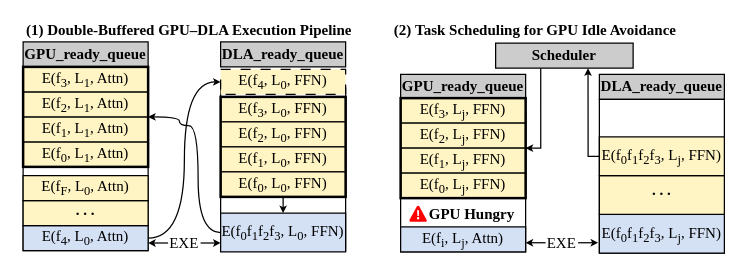
The draw.io diagram figures/design_pipeline.drawio in icszhr/hermes, before the edit. Source tidied: cells renumbered, new cells numbered last; positions are measured from the earlier drawing's top-left corner, leaving out a move shared by most shapes. Both pictures are drawn from the tidied source at 125%, with x=0, y=0 at pixel (22, 21).
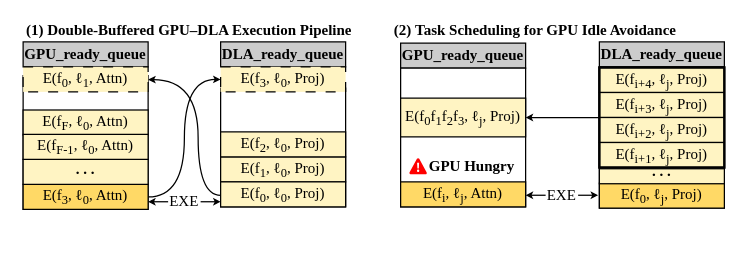
Above is the later version.

Change to the diagram source:
```diff
@@
     <mxCell id="3" style="rounded=0;whiteSpace=wrap;html=1;fontFamily=Times New Roman;" parent="1" vertex="1">
-      <mxGeometry y="43" width="100" height="140" as="geometry" />
+      <mxGeometry y="43" width="100" height="107" as="geometry" />
     </mxCell>
@@
     <mxCell id="5" style="rounded=0;whiteSpace=wrap;html=1;fontFamily=Times New Roman;" parent="1" vertex="1">
-      <mxGeometry x="158" y="53" width="100" height="130" as="geometry" />
+      <mxGeometry x="158" y="53" width="100" height="95" as="geometry" />
     </mxCell>
@@
-    <mxCell id="7" value="E(f&lt;sub&gt;4&lt;/sub&gt;, L&lt;sub&gt;0&lt;/sub&gt;, Attn)" style="rounded=0;whiteSpace=wrap;html=1;fontFamily=Times New Roman;fillColor=#D4E1F5;" parent="1" vertex="1">
-      <mxGeometry y="163" width="100" height="20" as="geometry" />
+    <mxCell id="7" value="E(f&lt;sub&gt;3&lt;/sub&gt;, ℓ&lt;sub&gt;0&lt;/sub&gt;, Attn)" style="rounded=0;whiteSpace=wrap;html=1;fontFamily=Times New Roman;fillColor=#FFD966;" parent="1" vertex="1">
+      <mxGeometry y="130" width="100" height="20" as="geometry" />
     </mxCell>
     <mxCell id="8" value="&lt;b style=&quot;line-height: 0%;&quot;&gt;. . .&lt;/b&gt;" style="rounded=0;whiteSpace=wrap;html=1;spacingTop=-4;fontFamily=Times New Roman;fillColor=#FFF4C3;" parent="1" vertex="1">
-      <mxGeometry y="143" width="100" height="20" as="geometry" />
+      <mxGeometry y="110" width="100" height="20" as="geometry" />
     </mxCell>
-    <mxCell id="9" value="E(f&lt;sub&gt;F&lt;/sub&gt;, L&lt;sub&gt;0&lt;/sub&gt;, Attn)" style="rounded=0;whiteSpace=wrap;html=1;fontFamily=Times New Roman;fillColor=#FFF4C3;" parent="1" vertex="1">
-      <mxGeometry y="123" width="100" height="20" as="geometry" />
+    <mxCell id="9" value="E(f&lt;sub&gt;F&lt;/sub&gt;, ℓ&lt;sub&gt;0&lt;/sub&gt;, Attn)" style="rounded=0;whiteSpace=wrap;html=1;fontFamily=Times New Roman;fillColor=#FFF4C3;" parent="1" vertex="1">
+      <mxGeometry y="70.5" width="100" height="20" as="geometry" />
     </mxCell>
-    <mxCell id="10" value="&lt;b&gt;Scheduler&lt;/b&gt;" style="rounded=0;whiteSpace=wrap;html=1;fontFamily=Times New Roman;fillColor=#CCCCCC;" parent="1" vertex="1">
-      <mxGeometry x="378" y="17" width="110" height="20" as="geometry" />
-    </mxCell>
-    <mxCell id="11" value="E(f&lt;sub&gt;3&lt;/sub&gt;, L&lt;sub&gt;0&lt;/sub&gt;, FFN)" style="rounded=0;whiteSpace=wrap;html=1;fontFamily=Times New Roman;fillColor=#FFF4C3;" parent="1" vertex="1">
-      <mxGeometry x="158" y="60" width="100" height="20" as="geometry" />
-    </mxCell>
-    <mxCell id="12" value="E(f&lt;sub&gt;2&lt;/sub&gt;, L&lt;sub&gt;0&lt;/sub&gt;, FFN)" style="rounded=0;whiteSpace=wrap;html=1;fontFamily=Times New Roman;fillColor=#FFF4C3;" parent="1" vertex="1">
-      <mxGeometry x="158" y="80" width="100" height="20" as="geometry" />
-    </mxCell>
-    <mxCell id="13" value="E(f&lt;sub&gt;1&lt;/sub&gt;, L&lt;sub&gt;0&lt;/sub&gt;, FFN)" style="rounded=0;whiteSpace=wrap;html=1;fontFamily=Times New Roman;fillColor=#FFF4C3;" parent="1" vertex="1">
-      <mxGeometry x="158" y="100" width="100" height="20" as="geometry" />
+    <mxCell id="13" value="E(f&lt;sub&gt;1&lt;/sub&gt;, ℓ&lt;sub&gt;0&lt;/sub&gt;, Proj)" style="rounded=0;whiteSpace=wrap;html=1;fontFamily=Times New Roman;fillColor=#FFF4C3;" parent="1" vertex="1">
+      <mxGeometry x="158" y="108" width="100" height="20" as="geometry" />
     </mxCell>
-    <mxCell id="14" value="E(f&lt;sub&gt;0&lt;/sub&gt;, L&lt;sub&gt;1&lt;/sub&gt;, Attn)" style="rounded=0;whiteSpace=wrap;html=1;fontFamily=Times New Roman;fillColor=#FFF4C3;" parent="1" vertex="1">
-      <mxGeometry y="96" width="100" height="20" as="geometry" />
-    </mxCell>
-    <mxCell id="15" value="E(f&lt;sub&gt;1&lt;/sub&gt;, L&lt;sub&gt;1&lt;/sub&gt;, Attn)" style="rounded=0;whiteSpace=wrap;html=1;fontFamily=Times New Roman;fillColor=#FFF4C3;" parent="1" vertex="1">
-      <mxGeometry y="76" width="100" height="20" as="geometry" />
-    </mxCell>
-    <mxCell id="16" value="E(f&lt;sub&gt;2&lt;/sub&gt;, L&lt;sub&gt;1&lt;/sub&gt;, Attn)" style="rounded=0;whiteSpace=wrap;html=1;fontFamily=Times New Roman;fillColor=#FFF4C3;" parent="1" vertex="1">
-      <mxGeometry y="56" width="100" height="20" as="geometry" />
-    </mxCell>
     <mxCell id="17" value="&lt;font face=&quot;Times New Roman&quot;&gt;EXE&lt;/font&gt;" style="text;html=1;whiteSpace=wrap;strokeColor=none;fillColor=none;align=center;verticalAlign=middle;rounded=0;" parent="1" vertex="1">
-      <mxGeometry x="99" y="175" width="60" height="4" as="geometry" />
+      <mxGeometry x="99" y="142" width="60" height="4" as="geometry" />
     </mxCell>
     <mxCell id="18" style="endArrow=classic;html=1;rounded=0;endSize=3;" parent="1" edge="1">
       <mxGeometry relative="1" as="geometry">
-        <mxPoint x="116" y="176.9" as="sourcePoint" />
-        <mxPoint x="100" y="176.9" as="targetPoint" />
+        <mxPoint x="116" y="143.9" as="sourcePoint" />
+        <mxPoint x="100" y="143.9" as="targetPoint" />
       </mxGeometry>
     </mxCell>
     <mxCell id="19" style="endArrow=none;html=1;rounded=0;endSize=3;endFill=0;startArrow=classic;startFill=1;startSize=3;" parent="1" edge="1">
       <mxGeometry relative="1" as="geometry">
-        <mxPoint x="158" y="176.9" as="sourcePoint" />
-        <mxPoint x="142" y="176.9" as="targetPoint" />
+        <mxPoint x="158" y="143.9" as="sourcePoint" />
+        <mxPoint x="142" y="143.9" as="targetPoint" />
       </mxGeometry>
     </mxCell>
-    <mxCell id="20" style="edgeStyle=orthogonalEdgeStyle;rounded=0;jettySize=auto;html=1;exitX=0;exitY=0.5;exitDx=0;exitDy=0;entryX=1;entryY=1;entryDx=0;entryDy=0;curved=1;endSize=3;" parent="1" edge="1" source="21" target="16">
+    <mxCell id="20" style="edgeStyle=orthogonalEdgeStyle;rounded=0;orthogonalLoop=1;jettySize=auto;html=1;exitX=0;exitY=0.5;exitDx=0;exitDy=0;entryX=1;entryY=1;entryDx=0;entryDy=0;curved=1;endSize=3;" parent="1" edge="1">
       <mxGeometry relative="1" as="geometry">
+        <mxPoint x="158" y="138.7" as="sourcePoint" />
+        <mxPoint x="100" y="46.2" as="targetPoint" />
         <Array as="points">
-          <mxPoint x="140" y="169" />
-          <mxPoint x="140" y="83" />
-          <mxPoint x="125" y="83" />
-          <mxPoint x="125" y="76" />
+          <mxPoint x="140" y="139" />
+          <mxPoint x="140" y="46" />
         </Array>
       </mxGeometry>
     </mxCell>
-    <mxCell id="21" value="E(f&lt;sub&gt;0&lt;/sub&gt;f&lt;sub&gt;1&lt;/sub&gt;f&lt;sub&gt;2&lt;/sub&gt;f&lt;sub&gt;3&lt;/sub&gt;, L&lt;sub&gt;0&lt;/sub&gt;, FFN)" style="rounded=0;whiteSpace=wrap;html=1;fontFamily=Times New Roman;fillColor=#D4E1F5;" parent="1" vertex="1">
-      <mxGeometry x="158" y="153" width="100" height="31" as="geometry" />
-    </mxCell>
-    <mxCell id="22" value="E(f&lt;sub&gt;0&lt;/sub&gt;, L&lt;sub&gt;0&lt;/sub&gt;, FFN)" style="rounded=0;whiteSpace=wrap;html=1;fontFamily=Times New Roman;fillColor=#FFF4C3;" parent="1" vertex="1">
-      <mxGeometry x="158" y="120" width="100" height="20" as="geometry" />
+    <mxCell id="22" value="E(f&lt;sub&gt;0&lt;/sub&gt;, ℓ&lt;sub&gt;0&lt;/sub&gt;, Proj)" style="rounded=0;whiteSpace=wrap;html=1;fontFamily=Times New Roman;fillColor=#FFF4C3;" parent="1" vertex="1">
+      <mxGeometry x="158" y="128" width="100" height="20" as="geometry" />
     </mxCell>
-    <mxCell id="23" style="edgeStyle=orthogonalEdgeStyle;rounded=0;jettySize=auto;html=1;exitX=0.5;exitY=1;exitDx=0;exitDy=0;entryX=0.5;entryY=0;entryDx=0;entryDy=0;endSize=3;" parent="1" edge="1" source="24" target="21">
-      <mxGeometry relative="1" as="geometry" />
-    </mxCell>
-    <mxCell id="24" style="rounded=0;whiteSpace=wrap;html=1;strokeWidth=2;fillColor=none;" parent="1" vertex="1">
-      <mxGeometry x="158" y="60" width="100" height="80" as="geometry" />
-    </mxCell>
-    <mxCell id="25" value="E(f&lt;sub&gt;3&lt;/sub&gt;, L&lt;sub&gt;1&lt;/sub&gt;, Attn)" style="rounded=0;whiteSpace=wrap;html=1;fontFamily=Times New Roman;fillColor=#FFF4C3;" parent="1" vertex="1">
+    <mxCell id="25" value="E(f&lt;sub&gt;0&lt;/sub&gt;, ℓ&lt;sub&gt;1&lt;/sub&gt;, Attn)" style="rounded=0;whiteSpace=wrap;html=1;fontFamily=Times New Roman;fillColor=#FFF4C3;dashed=1;dashPattern=8 8;" parent="1" vertex="1">
       <mxGeometry y="36" width="100" height="20" as="geometry" />
     </mxCell>
-    <mxCell id="26" value="E(f&lt;sub&gt;4&lt;/sub&gt;, L&lt;sub&gt;0&lt;/sub&gt;, FFN)" style="rounded=0;whiteSpace=wrap;html=1;fontFamily=Times New Roman;dashed=1;dashPattern=8 8;fillColor=#FFF4C3;" parent="1" vertex="1">
-      <mxGeometry x="158" y="38" width="100" height="20" as="geometry" />
+    <mxCell id="26" value="E(f&lt;sub&gt;3&lt;/sub&gt;, ℓ&lt;sub&gt;0&lt;/sub&gt;, Proj)" style="rounded=0;whiteSpace=wrap;html=1;fontFamily=Times New Roman;dashed=1;dashPattern=8 8;fillColor=#FFF4C3;" parent="1" vertex="1">
+      <mxGeometry x="158" y="36" width="100" height="20" as="geometry" />
     </mxCell>
     <mxCell id="27" value="&lt;b&gt;GPU_ready_queue&lt;/b&gt;" style="rounded=0;whiteSpace=wrap;html=1;fontFamily=Times New Roman;fillColor=#CCCCCC;" parent="1" vertex="1">
-      <mxGeometry x="302" y="42" width="100" height="20" as="geometry" />
+      <mxGeometry x="302" y="17" width="100" height="20" as="geometry" />
     </mxCell>
     <mxCell id="28" value="&lt;b&gt;DLA_ready_queue&lt;/b&gt;" style="rounded=0;whiteSpace=wrap;html=1;fontFamily=Times New Roman;fillColor=#CCCCCC;" parent="1" vertex="1">
-      <mxGeometry x="461" y="42" width="100" height="20" as="geometry" />
+      <mxGeometry x="461" y="16" width="100" height="20" as="geometry" />
     </mxCell>
     <mxCell id="29" style="rounded=0;whiteSpace=wrap;html=1;fontFamily=Times New Roman;" parent="1" vertex="1">
-      <mxGeometry x="302" y="73" width="100" height="111" as="geometry" />
+      <mxGeometry x="302" y="37" width="100" height="111" as="geometry" />
     </mxCell>
     <mxCell id="30" style="rounded=0;whiteSpace=wrap;html=1;fontFamily=Times New Roman;" parent="1" vertex="1">
-      <mxGeometry x="461" y="62" width="100" height="123" as="geometry" />
+      <mxGeometry x="461" y="36" width="100" height="113" as="geometry" />
     </mxCell>
-    <mxCell id="31" style="rounded=0;whiteSpace=wrap;html=1;strokeWidth=2;fillColor=none;" parent="1" vertex="1">
-      <mxGeometry y="36" width="100" height="80" as="geometry" />
-    </mxCell>
-    <mxCell id="32" value="E(f&lt;sub&gt;i&lt;/sub&gt;, L&lt;sub&gt;j&lt;/sub&gt;, Attn)" style="rounded=0;whiteSpace=wrap;html=1;fontFamily=Times New Roman;fillColor=#D4E1F5;" parent="1" vertex="1">
-      <mxGeometry x="302" y="164" width="100" height="20" as="geometry" />
+    <mxCell id="32" value="E(f&lt;sub&gt;i&lt;/sub&gt;, ℓ&lt;sub&gt;j&lt;/sub&gt;, Attn)" style="rounded=0;whiteSpace=wrap;html=1;fontFamily=Times New Roman;fillColor=#FFD966;" parent="1" vertex="1">
+      <mxGeometry x="302" y="128" width="100" height="20" as="geometry" />
     </mxCell>
-    <mxCell id="33" value="E(f&lt;sub&gt;0&lt;/sub&gt;f&lt;sub&gt;1&lt;/sub&gt;f&lt;sub&gt;2&lt;/sub&gt;f&lt;sub&gt;3&lt;/sub&gt;, L&lt;sub&gt;j&lt;/sub&gt;, FFN)" style="rounded=0;whiteSpace=wrap;html=1;fontFamily=Times New Roman;fillColor=#D4E1F5;" parent="1" vertex="1">
-      <mxGeometry x="461" y="154" width="100" height="31" as="geometry" />
+    <mxCell id="33" value="E(f&lt;sub&gt;0&lt;/sub&gt;, ℓ&lt;sub&gt;j&lt;/sub&gt;, Proj)" style="rounded=0;whiteSpace=wrap;html=1;fontFamily=Times New Roman;fillColor=#FFD966;" parent="1" vertex="1">
+      <mxGeometry x="461" y="129" width="100" height="20" as="geometry" />
     </mxCell>
     <mxCell id="34" value="&lt;font face=&quot;Times New Roman&quot;&gt;EXE&lt;/font&gt;" style="text;html=1;whiteSpace=wrap;strokeColor=none;fillColor=none;align=center;verticalAlign=middle;rounded=0;" parent="1" vertex="1">
-      <mxGeometry x="401" y="174.8" width="60" height="4" as="geometry" />
+      <mxGeometry x="401" y="136.8" width="60" height="4" as="geometry" />
     </mxCell>
     <mxCell id="35" style="endArrow=classic;html=1;rounded=0;endSize=3;" parent="1" edge="1">
       <mxGeometry relative="1" as="geometry">
-        <mxPoint x="418" y="176.7" as="sourcePoint" />
-        <mxPoint x="402" y="176.7" as="targetPoint" />
+        <mxPoint x="418" y="138.7" as="sourcePoint" />
+        <mxPoint x="402" y="138.7" as="targetPoint" />
       </mxGeometry>
     </mxCell>
     <mxCell id="36" style="endArrow=none;html=1;rounded=0;endSize=3;endFill=0;startArrow=classic;startFill=1;startSize=3;" parent="1" edge="1">
       <mxGeometry relative="1" as="geometry">
-        <mxPoint x="460" y="176.7" as="sourcePoint" />
-        <mxPoint x="444" y="176.7" as="targetPoint" />
+        <mxPoint x="460" y="138.7" as="sourcePoint" />
+        <mxPoint x="444" y="138.7" as="targetPoint" />
       </mxGeometry>
     </mxCell>
     <mxCell id="37" value="&lt;b style=&quot;line-height: 0px;&quot;&gt;. . .&lt;/b&gt;" style="rounded=0;whiteSpace=wrap;html=1;fontFamily=Times New Roman;fillColor=#FFF4C3;spacingTop=-7;" parent="1" vertex="1">
-      <mxGeometry x="461" y="123" width="100" height="31" as="geometry" />
+      <mxGeometry x="461" y="117.5" width="100" height="12" as="geometry" />
     </mxCell>
-    <mxCell id="38" value="E(f&lt;sub&gt;0&lt;/sub&gt;f&lt;sub&gt;1&lt;/sub&gt;f&lt;sub&gt;2&lt;/sub&gt;f&lt;sub&gt;3&lt;/sub&gt;, L&lt;sub&gt;j&lt;/sub&gt;, FFN)" style="rounded=0;whiteSpace=wrap;html=1;fontFamily=Times New Roman;fillColor=#FFF4C3;" parent="1" vertex="1">
-      <mxGeometry x="461" y="92" width="100" height="31" as="geometry" />
-    </mxCell>
-    <mxCell id="39" style="edgeStyle=orthogonalEdgeStyle;rounded=0;jettySize=auto;html=1;exitX=0;exitY=0.5;exitDx=0;exitDy=0;endSize=3;entryX=0.672;entryY=1.005;entryDx=0;entryDy=0;entryPerimeter=0;" parent="1" edge="1" source="38" target="10">
-      <mxGeometry relative="1" as="geometry">
-        <Array as="points">
-          <mxPoint x="452" y="107" />
-          <mxPoint x="452" y="106" />
-          <mxPoint x="452" y="106" />
-        </Array>
-      </mxGeometry>
-    </mxCell>
-    <mxCell id="40" value="E(f&lt;sub&gt;3&lt;/sub&gt;, L&lt;sub&gt;j&lt;/sub&gt;, FFN)" style="rounded=0;whiteSpace=wrap;html=1;fontFamily=Times New Roman;fillColor=#FFF4C3;" parent="1" vertex="1">
-      <mxGeometry x="302" y="61" width="100" height="20" as="geometry" />
-    </mxCell>
-    <mxCell id="41" value="E(f&lt;sub&gt;2&lt;/sub&gt;, L&lt;sub&gt;j&lt;/sub&gt;, FFN)" style="rounded=0;whiteSpace=wrap;html=1;fontFamily=Times New Roman;fillColor=#FFF4C3;" parent="1" vertex="1">
-      <mxGeometry x="302" y="81" width="100" height="20" as="geometry" />
-    </mxCell>
-    <mxCell id="42" value="E(f&lt;sub&gt;1&lt;/sub&gt;, L&lt;sub&gt;j&lt;/sub&gt;, FFN)" style="rounded=0;whiteSpace=wrap;html=1;fontFamily=Times New Roman;fillColor=#FFF4C3;" parent="1" vertex="1">
-      <mxGeometry x="302" y="101" width="100" height="20" as="geometry" />
-    </mxCell>
-    <mxCell id="43" value="E(f&lt;sub&gt;0&lt;/sub&gt;, L&lt;sub&gt;j&lt;/sub&gt;, FFN)" style="rounded=0;whiteSpace=wrap;html=1;fontFamily=Times New Roman;fillColor=#FFF4C3;" parent="1" vertex="1">
-      <mxGeometry x="302" y="121" width="100" height="20" as="geometry" />
-    </mxCell>
-    <mxCell id="44" style="rounded=0;whiteSpace=wrap;html=1;strokeWidth=2;fillColor=none;" parent="1" vertex="1">
-      <mxGeometry x="302" y="61" width="100" height="80" as="geometry" />
-    </mxCell>
     <mxCell id="45" value="&lt;b style=&quot;forced-color-adjust: none; color: rgb(0, 0, 0); font-family: &amp;quot;Times New Roman&amp;quot;; font-size: 12px; font-style: normal; font-variant-ligatures: normal; font-variant-caps: normal; letter-spacing: normal; orphans: 2; text-align: center; text-indent: 0px; text-transform: none; widows: 2; word-spacing: 0px; -webkit-text-stroke-width: 0px; white-space: normal; text-decoration-thickness: initial; text-decoration-style: initial; text-decoration-color: initial;&quot;&gt;GPU Hungry&lt;/b&gt;" style="text;whiteSpace=wrap;html=1;labelBackgroundColor=none;" parent="1" vertex="1">
-      <mxGeometry x="323" y="140" width="80" height="20" as="geometry" />
+      <mxGeometry x="323" y="102" width="80" height="20" as="geometry" />
     </mxCell>
     <mxCell id="46" style="verticalLabelPosition=bottom;html=1;verticalAlign=top;align=center;strokeColor=none;fillColor=#FF0000;shape=mxgraph.azure.azure_alert;" parent="1" vertex="1">
-      <mxGeometry x="309" y="147" width="14" height="13" as="geometry" />
+      <mxGeometry x="309" y="109" width="14" height="13" as="geometry" />
     </mxCell>
-    <mxCell id="47" style="edgeStyle=orthogonalEdgeStyle;rounded=0;jettySize=auto;html=1;exitX=1;exitY=0.5;exitDx=0;exitDy=0;entryX=0.328;entryY=1.011;entryDx=0;entryDy=0;entryPerimeter=0;startArrow=classic;startFill=1;endArrow=none;endFill=0;startSize=3;" parent="1" edge="1" source="44" target="10">
-      <mxGeometry relative="1" as="geometry">
-        <Array as="points">
-          <mxPoint x="414" y="101" />
-        </Array>
-      </mxGeometry>
-    </mxCell>
@@
+    <mxCell id="50" value="E(f&lt;sub&gt;i+4&lt;/sub&gt;, ℓ&lt;sub&gt;j&lt;/sub&gt;, Proj)" style="rounded=0;whiteSpace=wrap;html=1;fontFamily=Times New Roman;fillColor=#FFF4C3;" parent="1" vertex="1">
+      <mxGeometry x="461" y="36.5" width="100" height="20" as="geometry" />
+    </mxCell>
+    <mxCell id="51" value="E(f&lt;sub&gt;i+3&lt;/sub&gt;, ℓ&lt;sub&gt;j&lt;/sub&gt;, Proj)" style="rounded=0;whiteSpace=wrap;html=1;fontFamily=Times New Roman;fillColor=#FFF4C3;" parent="1" vertex="1">
+      <mxGeometry x="461" y="56.5" width="100" height="20" as="geometry" />
+    </mxCell>
+    <mxCell id="52" value="E(f&lt;sub&gt;i+2&lt;/sub&gt;, ℓ&lt;sub&gt;j&lt;/sub&gt;, Proj)" style="rounded=0;whiteSpace=wrap;html=1;fontFamily=Times New Roman;fillColor=#FFF4C3;" parent="1" vertex="1">
+      <mxGeometry x="461" y="76.5" width="100" height="20" as="geometry" />
+    </mxCell>
+    <mxCell id="53" value="E(f&lt;sub&gt;i+1&lt;/sub&gt;, ℓ&lt;sub&gt;j&lt;/sub&gt;, Proj)" style="rounded=0;whiteSpace=wrap;html=1;fontFamily=Times New Roman;fillColor=#FFF4C3;" parent="1" vertex="1">
+      <mxGeometry x="461" y="96.5" width="100" height="20" as="geometry" />
+    </mxCell>
+    <mxCell id="54" style="rounded=0;jettySize=auto;html=1;exitX=0;exitY=0.5;exitDx=0;exitDy=0;entryX=1;entryY=0.5;entryDx=0;entryDy=0;endSize=3;" parent="1" edge="1" source="55" target="56">
+      <mxGeometry relative="1" as="geometry" />
+    </mxCell>
+    <mxCell id="55" style="rounded=0;whiteSpace=wrap;html=1;strokeWidth=2;fillColor=none;" parent="1" vertex="1">
+      <mxGeometry x="461" y="36.5" width="100" height="80" as="geometry" />
+    </mxCell>
+    <mxCell id="56" value="E(f&lt;sub&gt;0&lt;/sub&gt;f&lt;sub&gt;1&lt;/sub&gt;f&lt;sub&gt;2&lt;/sub&gt;f&lt;sub&gt;3&lt;/sub&gt;, ℓ&lt;sub&gt;j&lt;/sub&gt;, Proj)" style="rounded=0;whiteSpace=wrap;html=1;fontFamily=Times New Roman;fillColor=#FFF4C3;" parent="1" vertex="1">
+      <mxGeometry x="302" y="61" width="100" height="31" as="geometry" />
+    </mxCell>
+    <mxCell id="57" value="E(f&lt;sub&gt;2&lt;/sub&gt;, ℓ&lt;sub&gt;0&lt;/sub&gt;, Proj)" style="rounded=0;whiteSpace=wrap;html=1;fontFamily=Times New Roman;fillColor=#FFF4C3;" parent="1" vertex="1">
+      <mxGeometry x="158" y="88" width="100" height="20" as="geometry" />
+    </mxCell>
+    <mxCell id="58" value="E(f&lt;sub&gt;F-1&lt;/sub&gt;, ℓ&lt;sub&gt;0&lt;/sub&gt;, Attn)" style="rounded=0;whiteSpace=wrap;html=1;fontFamily=Times New Roman;fillColor=#FFF4C3;" parent="1" vertex="1">
+      <mxGeometry y="90" width="100" height="20" as="geometry" />
+    </mxCell>
```
